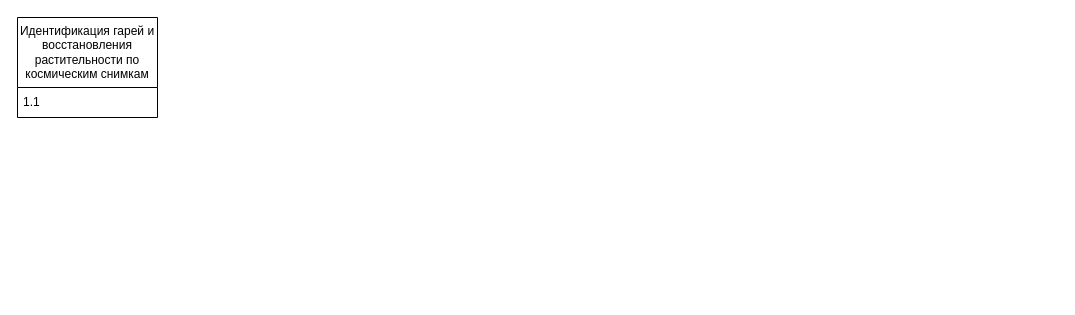
This is Idef3.drawio from sukmalo/IDEF1_group, a draw.io file, before an edit. Source tidied: cells renumbered, new cells numbered last; positions are measured from the earlier drawing's top-left corner, leaving out a move shared by most shapes. Both pictures are drawn from the tidied source at 100%, with x=0, y=0 at pixel (17, 17).
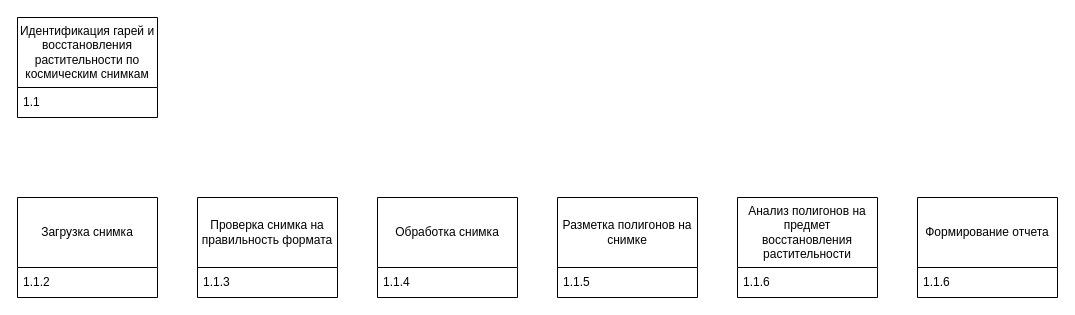
The same diagram, later.

Diff of the diagram source:
```diff
@@
 <mxGraphModel>
   <root>
     <mxCell id="0" />
     <mxCell id="1" parent="0" />
     <mxCell id="2" value="Идентификация гарей и восстановления растительности по космическим снимкам" style="swimlane;fontStyle=0;horizontal=1;startSize=70;whiteSpace=wrap;html=1;" parent="1" vertex="1">
       <mxGeometry width="140" height="100" as="geometry" />
     </mxCell>
     <mxCell id="3" value="1.1" style="text;strokeColor=none;fillColor=none;align=left;verticalAlign=middle;spacingLeft=4;spacingRight=4;overflow=hidden;whiteSpace=wrap;html=1;" parent="2" vertex="1">
       <mxGeometry y="70" width="140" height="30" as="geometry" />
     </mxCell>
+    <mxCell id="4" value="Загрузка снимка" style="swimlane;fontStyle=0;horizontal=1;startSize=70;whiteSpace=wrap;html=1;" parent="1" vertex="1">
+      <mxGeometry y="180" width="140" height="100" as="geometry" />
+    </mxCell>
+    <mxCell id="5" value="1.1.2" style="text;strokeColor=none;fillColor=none;align=left;verticalAlign=middle;spacingLeft=4;spacingRight=4;overflow=hidden;whiteSpace=wrap;html=1;" parent="4" vertex="1">
+      <mxGeometry y="70" width="140" height="30" as="geometry" />
+    </mxCell>
+    <mxCell id="6" value="Проверка снимка на правильность формата" style="swimlane;fontStyle=0;horizontal=1;startSize=70;whiteSpace=wrap;html=1;" parent="1" vertex="1">
+      <mxGeometry x="180" y="180" width="140" height="100" as="geometry" />
+    </mxCell>
+    <mxCell id="7" value="1.1.3" style="text;strokeColor=none;fillColor=none;align=left;verticalAlign=middle;spacingLeft=4;spacingRight=4;overflow=hidden;whiteSpace=wrap;html=1;" parent="6" vertex="1">
+      <mxGeometry y="70" width="140" height="30" as="geometry" />
+    </mxCell>
+    <mxCell id="8" value="Обработка снимка" style="swimlane;fontStyle=0;horizontal=1;startSize=70;whiteSpace=wrap;html=1;" parent="1" vertex="1">
+      <mxGeometry x="360" y="180" width="140" height="100" as="geometry" />
+    </mxCell>
+    <mxCell id="9" value="1.1.4" style="text;strokeColor=none;fillColor=none;align=left;verticalAlign=middle;spacingLeft=4;spacingRight=4;overflow=hidden;whiteSpace=wrap;html=1;" parent="8" vertex="1">
+      <mxGeometry y="70" width="140" height="30" as="geometry" />
+    </mxCell>
+    <mxCell id="10" value="Разметка полигонов на снимке" style="swimlane;fontStyle=0;horizontal=1;startSize=70;whiteSpace=wrap;html=1;" parent="1" vertex="1">
+      <mxGeometry x="540" y="180" width="140" height="100" as="geometry" />
+    </mxCell>
+    <mxCell id="11" value="1.1.5" style="text;strokeColor=none;fillColor=none;align=left;verticalAlign=middle;spacingLeft=4;spacingRight=4;overflow=hidden;whiteSpace=wrap;html=1;" parent="10" vertex="1">
+      <mxGeometry y="70" width="140" height="30" as="geometry" />
+    </mxCell>
+    <mxCell id="12" value="Анализ полигонов на предмет восстановления растительности" style="swimlane;fontStyle=0;horizontal=1;startSize=70;whiteSpace=wrap;html=1;" parent="1" vertex="1">
+      <mxGeometry x="720" y="180" width="140" height="100" as="geometry" />
+    </mxCell>
+    <mxCell id="13" value="1.1.6" style="text;strokeColor=none;fillColor=none;align=left;verticalAlign=middle;spacingLeft=4;spacingRight=4;overflow=hidden;whiteSpace=wrap;html=1;" parent="12" vertex="1">
+      <mxGeometry y="70" width="140" height="30" as="geometry" />
+    </mxCell>
+    <mxCell id="14" value="Формирование отчета" style="swimlane;fontStyle=0;horizontal=1;startSize=70;whiteSpace=wrap;html=1;" parent="1" vertex="1">
+      <mxGeometry x="900" y="180" width="140" height="100" as="geometry" />
+    </mxCell>
+    <mxCell id="15" value="1.1.6" style="text;strokeColor=none;fillColor=none;align=left;verticalAlign=middle;spacingLeft=4;spacingRight=4;overflow=hidden;whiteSpace=wrap;html=1;" parent="14" vertex="1">
+      <mxGeometry y="70" width="140" height="30" as="geometry" />
+    </mxCell>
   </root>
 </mxGraphModel>
```
